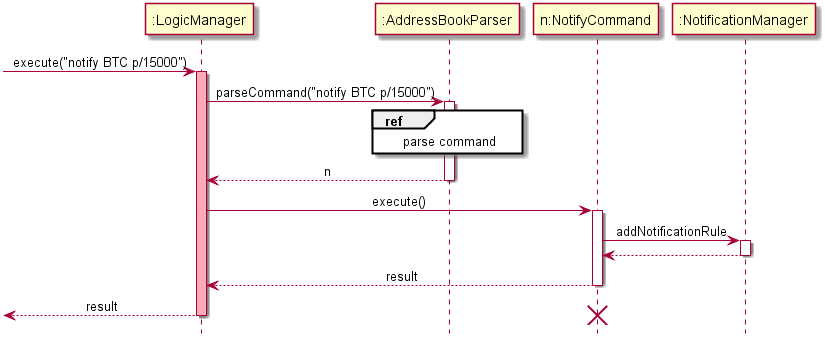
Before: images/NotificationsSequenceDiagram1.png, a diagram exported from PlantUML (CS2103JAN2018-F09-B3/addressbook-level4).
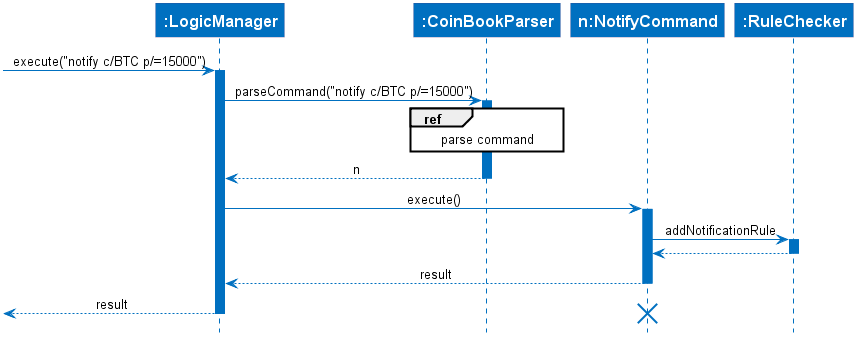
The same diagram one commit later.

Diff of the diagram source:
```diff
@@ -2,16 +2,30 @@
 
 hide footbox
 skinparam SequenceMessageAlign center
+skinparam shadowing false
+skinparam sequence {
+  ActorBackgroundColor #DDDDDD
+  ActorBorderColor black
+  ArrowColor #0070C0
+  ParticipantFontColor white
+  ParticipantFontSize 16
+  ParticipantFontStyle bold
+  ParticipantBorderThickness 0
+  ParticipantBackgroundColor #0070C0
+  LifeLineBorderColor #0070C0
+  LifeLineBackgroundColor #0070C0
+  defaultFontName Calibri
+}
 
 participant ":LogicManager" as LM
-participant ":AddressBookParser" as A
+participant ":CoinBookParser" as A
 participant "n:NotifyCommand" as N
-participant ":NotificationManager" as M
+participant ":RuleChecker" as M
 
-[-> LM : execute("notify BTC p/15000")
-activate LM #FFAABB
+[-> LM : execute("notify c/BTC p/=15000")
+activate LM
 
-LM -> A : parseCommand("notify BTC p/15000")
+LM -> A : parseCommand("notify c/BTC p/=15000")
 activate A
 
 ref over A : parse command
```
